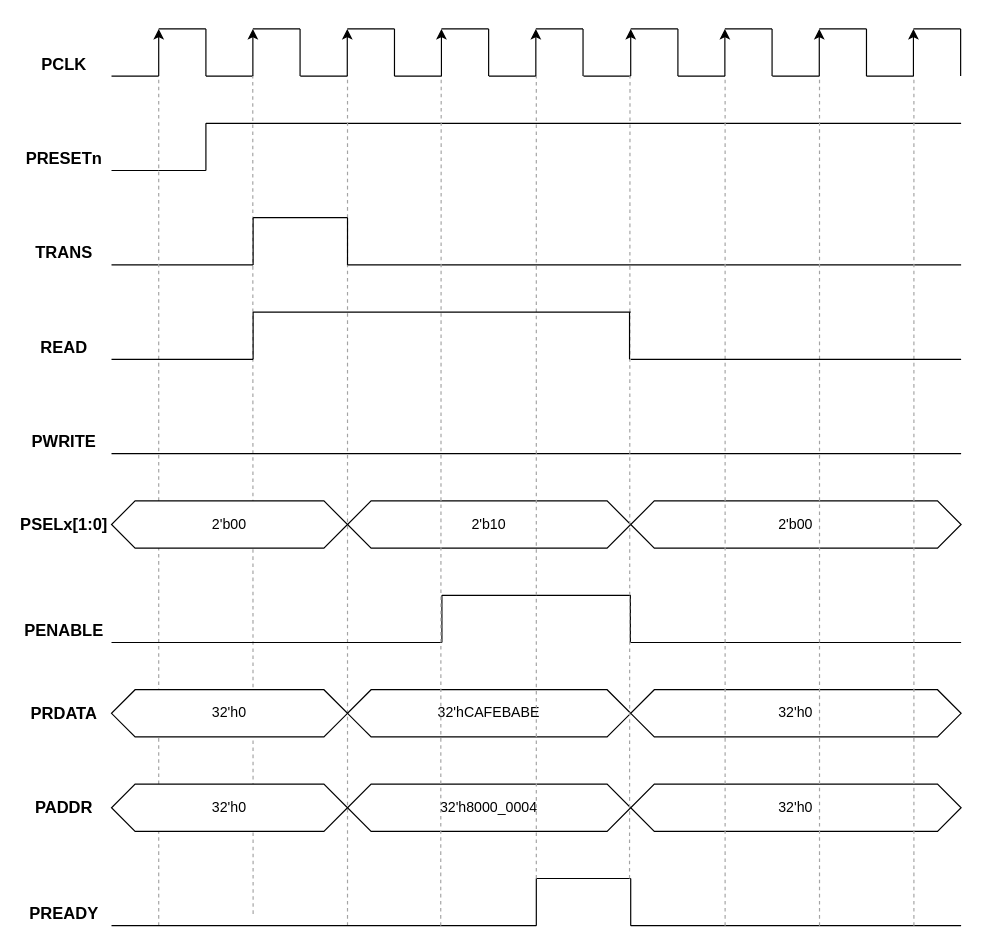
This is page "APB READ WITH SLAVE 1 ACCESS" (6 of 14) of APB.drawio from 106210049/AMBA-APB, a draw.io file, before an edit. Source tidied: cells renumbered, new cells numbered last; positions are measured from the earlier drawing's top-left corner, leaving out a move shared by most shapes. Both pictures are drawn from the tidied source at 118%, with x=0, y=0 at pixel (28, 28).
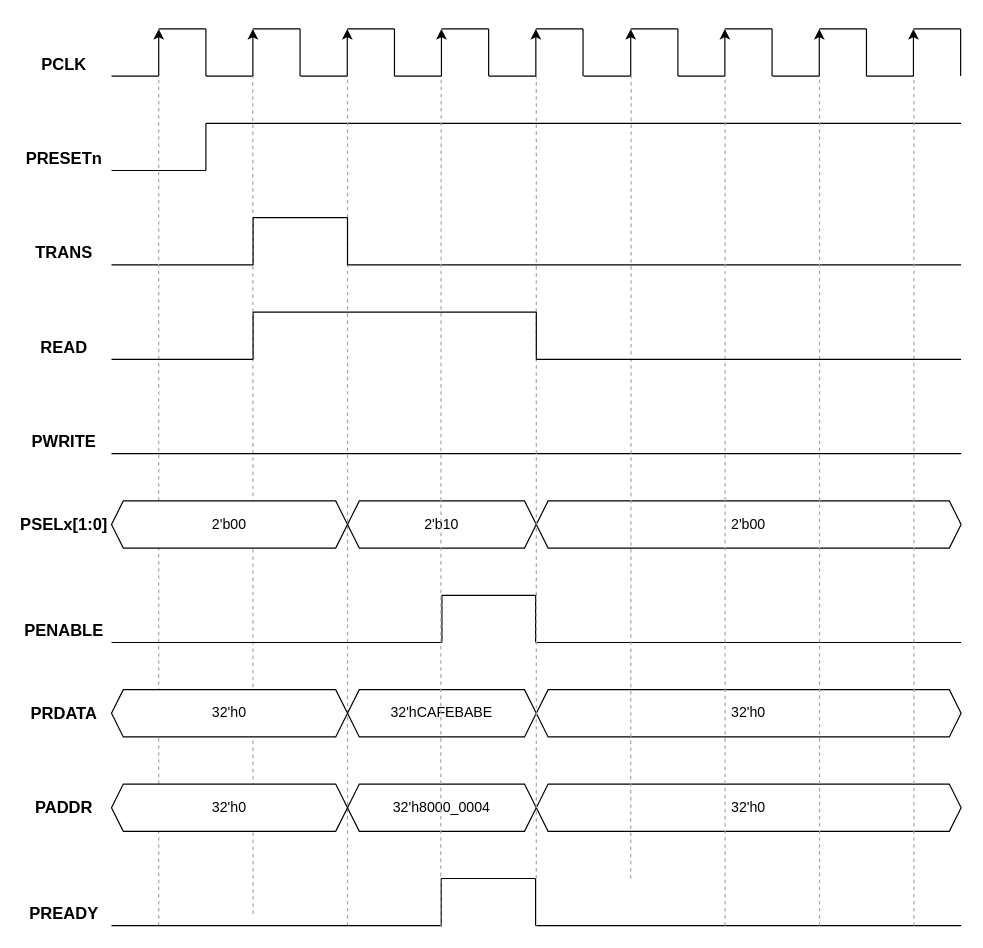
The same diagram, later.

The edit, as a diff of the source:
```diff
@@
-    <mxCell id="56" value="2'b10" style="shape=hexagon;perimeter=hexagonPerimeter2;whiteSpace=wrap;html=1;fixedSize=1;" parent="1" vertex="1">
-      <mxGeometry x="270" y="400" width="240" height="40" as="geometry" />
+    <mxCell id="56" value="2'b10" style="shape=hexagon;perimeter=hexagonPerimeter2;whiteSpace=wrap;html=1;fixedSize=1;size=10;" parent="1" vertex="1">
+      <mxGeometry x="270" y="400" width="160" height="40" as="geometry" />
     </mxCell>
-    <mxCell id="57" value="2'b00" style="shape=hexagon;perimeter=hexagonPerimeter2;whiteSpace=wrap;html=1;fixedSize=1;" parent="1" vertex="1">
+    <mxCell id="57" value="2'b00" style="shape=hexagon;perimeter=hexagonPerimeter2;whiteSpace=wrap;html=1;fixedSize=1;size=10;" parent="1" vertex="1">
       <mxGeometry x="70" y="400" width="200" height="40" as="geometry" />
     </mxCell>
@@
     <mxCell id="59" style="endArrow=none;html=1;rounded=0;" parent="1" edge="1">
       <mxGeometry relative="1" as="geometry">
         <mxPoint x="350" y="480" as="sourcePoint" />
-        <mxPoint x="510" y="480" as="targetPoint" />
+        <mxPoint x="430" y="480" as="targetPoint" />
       </mxGeometry>
     </mxCell>
     <mxCell id="60" style="endArrow=none;html=1;rounded=0;" parent="1" edge="1">
       <mxGeometry relative="1" as="geometry">
-        <mxPoint x="509.7" y="520" as="sourcePoint" />
-        <mxPoint x="509.7" y="480" as="targetPoint" />
+        <mxPoint x="429.4" y="520" as="sourcePoint" />
+        <mxPoint x="429.4" y="480" as="targetPoint" />
       </mxGeometry>
     </mxCell>
@@
     <mxCell id="62" style="endArrow=none;html=1;rounded=0;" parent="1" edge="1">
       <mxGeometry relative="1" as="geometry">
-        <mxPoint x="510" y="520" as="sourcePoint" />
+        <mxPoint x="430" y="520" as="sourcePoint" />
         <mxPoint x="790" y="520" as="targetPoint" />
       </mxGeometry>
     </mxCell>
@@
-    <mxCell id="65" value="2'b00" style="shape=hexagon;perimeter=hexagonPerimeter2;whiteSpace=wrap;html=1;fixedSize=1;" parent="1" vertex="1">
-      <mxGeometry x="510" y="400" width="280" height="40" as="geometry" />
+    <mxCell id="65" value="2'b00" style="shape=hexagon;perimeter=hexagonPerimeter2;whiteSpace=wrap;html=1;fixedSize=1;size=10;" parent="1" vertex="1">
+      <mxGeometry x="430" y="400" width="360" height="40" as="geometry" />
     </mxCell>
-    <mxCell id="66" value="32'hCAFEBABE" style="shape=hexagon;perimeter=hexagonPerimeter2;whiteSpace=wrap;html=1;fixedSize=1;" parent="1" vertex="1">
-      <mxGeometry x="270" y="560" width="240" height="40" as="geometry" />
+    <mxCell id="66" value="32'hCAFEBABE" style="shape=hexagon;perimeter=hexagonPerimeter2;whiteSpace=wrap;html=1;fixedSize=1;size=10;" parent="1" vertex="1">
+      <mxGeometry x="270" y="560" width="160" height="40" as="geometry" />
     </mxCell>
-    <mxCell id="67" value="32'h0" style="shape=hexagon;perimeter=hexagonPerimeter2;whiteSpace=wrap;html=1;fixedSize=1;" parent="1" vertex="1">
+    <mxCell id="67" value="32'h0" style="shape=hexagon;perimeter=hexagonPerimeter2;whiteSpace=wrap;html=1;fixedSize=1;size=10;" parent="1" vertex="1">
       <mxGeometry x="70" y="560" width="200" height="40" as="geometry" />
     </mxCell>
@@
-    <mxCell id="69" value="32'h0" style="shape=hexagon;perimeter=hexagonPerimeter2;whiteSpace=wrap;html=1;fixedSize=1;" parent="1" vertex="1">
-      <mxGeometry x="510" y="560" width="280" height="40" as="geometry" />
+    <mxCell id="69" value="32'h0" style="shape=hexagon;perimeter=hexagonPerimeter2;whiteSpace=wrap;html=1;fixedSize=1;size=10;" parent="1" vertex="1">
+      <mxGeometry x="430" y="560" width="360" height="40" as="geometry" />
     </mxCell>
     <mxCell id="70" style="endArrow=none;html=1;rounded=0;" parent="1" edge="1">
       <mxGeometry relative="1" as="geometry">
-        <mxPoint x="430" y="760" as="sourcePoint" />
-        <mxPoint x="430" y="720" as="targetPoint" />
+        <mxPoint x="349.4" y="760" as="sourcePoint" />
+        <mxPoint x="349.4" y="720" as="targetPoint" />
       </mxGeometry>
     </mxCell>
     <mxCell id="71" style="endArrow=none;html=1;rounded=0;" parent="1" edge="1">
       <mxGeometry relative="1" as="geometry">
-        <mxPoint x="430" y="720" as="sourcePoint" />
-        <mxPoint x="510" y="720" as="targetPoint" />
+        <mxPoint x="349.4" y="720" as="sourcePoint" />
+        <mxPoint x="429.4" y="720" as="targetPoint" />
       </mxGeometry>
     </mxCell>
     <mxCell id="72" style="endArrow=none;html=1;rounded=0;" parent="1" edge="1">
       <mxGeometry relative="1" as="geometry">
-        <mxPoint x="510" y="760" as="sourcePoint" />
-        <mxPoint x="510" y="720" as="targetPoint" />
+        <mxPoint x="429.4" y="760" as="sourcePoint" />
+        <mxPoint x="429.4" y="720" as="targetPoint" />
       </mxGeometry>
     </mxCell>
     <mxCell id="73" style="endArrow=none;html=1;rounded=0;" parent="1" edge="1">
       <mxGeometry relative="1" as="geometry">
         <mxPoint x="70" y="760" as="sourcePoint" />
-        <mxPoint x="430" y="760" as="targetPoint" />
+        <mxPoint x="350" y="760" as="targetPoint" />
       </mxGeometry>
     </mxCell>
     <mxCell id="74" style="endArrow=none;html=1;rounded=0;" parent="1" edge="1">
       <mxGeometry relative="1" as="geometry">
-        <mxPoint x="510" y="760" as="sourcePoint" />
+        <mxPoint x="430" y="760" as="sourcePoint" />
         <mxPoint x="790" y="760" as="targetPoint" />
       </mxGeometry>
     </mxCell>
@@
-    <mxCell id="76" value="32'h8000_0004" style="shape=hexagon;perimeter=hexagonPerimeter2;whiteSpace=wrap;html=1;fixedSize=1;" parent="1" vertex="1">
-      <mxGeometry x="270" y="640" width="240" height="40" as="geometry" />
+    <mxCell id="76" value="32'h8000_0004" style="shape=hexagon;perimeter=hexagonPerimeter2;whiteSpace=wrap;html=1;fixedSize=1;size=10;" parent="1" vertex="1">
+      <mxGeometry x="270" y="640" width="160" height="40" as="geometry" />
     </mxCell>
-    <mxCell id="77" value="32'h0" style="shape=hexagon;perimeter=hexagonPerimeter2;whiteSpace=wrap;html=1;fixedSize=1;" parent="1" vertex="1">
+    <mxCell id="77" value="32'h0" style="shape=hexagon;perimeter=hexagonPerimeter2;whiteSpace=wrap;html=1;fixedSize=1;size=10;" parent="1" vertex="1">
       <mxGeometry x="70" y="640" width="200" height="40" as="geometry" />
     </mxCell>
@@
-    <mxCell id="79" value="32'h0" style="shape=hexagon;perimeter=hexagonPerimeter2;whiteSpace=wrap;html=1;fixedSize=1;" parent="1" vertex="1">
-      <mxGeometry x="510" y="640" width="280" height="40" as="geometry" />
+    <mxCell id="79" value="32'h0" style="shape=hexagon;perimeter=hexagonPerimeter2;whiteSpace=wrap;html=1;fixedSize=1;size=10;" parent="1" vertex="1">
+      <mxGeometry x="430" y="640" width="360" height="40" as="geometry" />
     </mxCell>
@@
     <mxCell id="82" style="endArrow=none;dashed=1;html=1;rounded=0;strokeColor=#A4A4A4;" parent="1" edge="1">
       <mxGeometry relative="1" as="geometry">
-        <mxPoint x="509" y="720" as="sourcePoint" />
-        <mxPoint x="509.4" y="40" as="targetPoint" />
+        <mxPoint x="510" y="720" as="sourcePoint" />
+        <mxPoint x="510.4" y="40" as="targetPoint" />
       </mxGeometry>
     </mxCell>
@@
     <mxCell id="88" style="endArrow=none;html=1;rounded=0;" parent="1" edge="1">
       <mxGeometry relative="1" as="geometry">
         <mxPoint x="190" y="240" as="sourcePoint" />
-        <mxPoint x="510" y="240" as="targetPoint" />
+        <mxPoint x="430" y="240" as="targetPoint" />
       </mxGeometry>
     </mxCell>
     <mxCell id="89" style="endArrow=none;html=1;rounded=0;" parent="1" edge="1">
       <mxGeometry relative="1" as="geometry">
-        <mxPoint x="509" y="280" as="sourcePoint" />
-        <mxPoint x="509" y="240" as="targetPoint" />
+        <mxPoint x="430" y="280" as="sourcePoint" />
+        <mxPoint x="430" y="240" as="targetPoint" />
       </mxGeometry>
     </mxCell>
     <mxCell id="90" style="endArrow=none;html=1;rounded=0;" parent="1" edge="1">
       <mxGeometry relative="1" as="geometry">
-        <mxPoint x="510" y="280" as="sourcePoint" />
+        <mxPoint x="430" y="280" as="sourcePoint" />
         <mxPoint x="790" y="280" as="targetPoint" />
       </mxGeometry>
     </mxCell>
```
